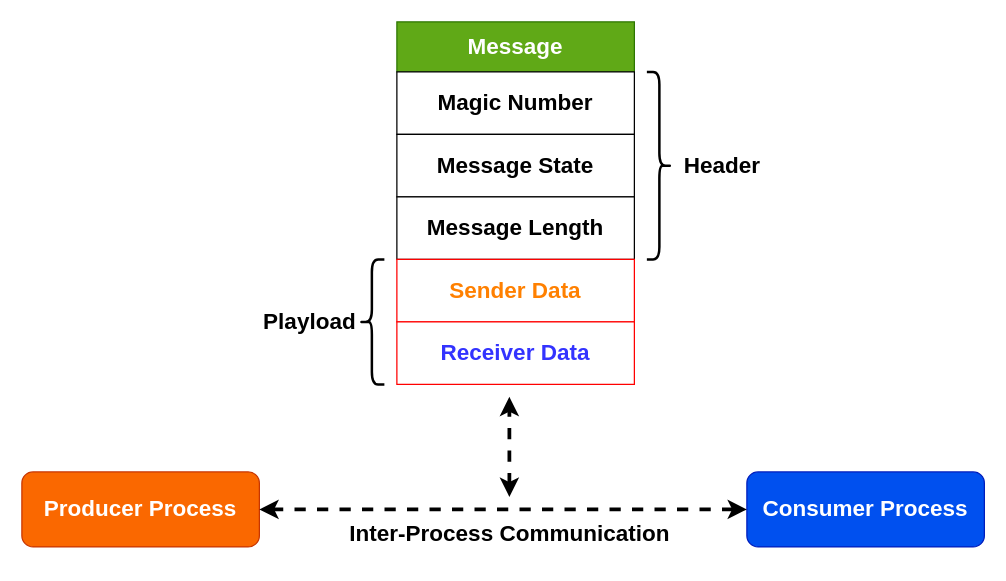
The draw.io diagram ipc-message.drawio in auula/draw.io, before the edit. Source tidied: cells renumbered, new cells numbered last; positions are measured from the earlier drawing's top-left corner, leaving out a move shared by most shapes. Both pictures are drawn from the tidied source at 125%, with x=0, y=0 at pixel (21, 21). Pictures stored in the file or linked from it are replaced by grey dashed boxes.
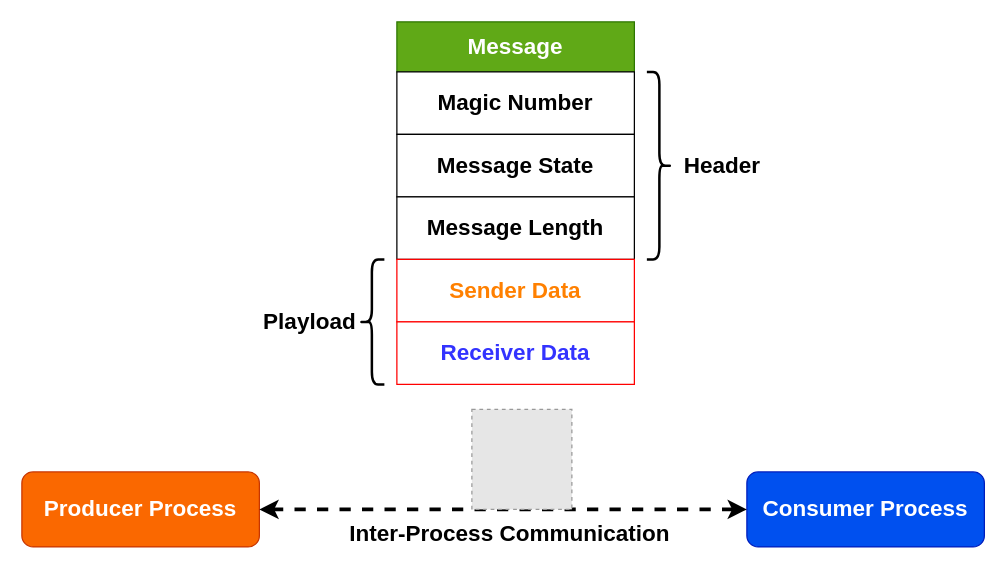
The same diagram, later.

Diff of the diagram source:
```diff
@@
 <mxGraphModel>
   <root>
     <mxCell id="0" />
     <mxCell id="1" parent="0" />
     <mxCell id="2" value="&lt;b&gt;&lt;font color=&quot;#ffffff&quot; style=&quot;font-size: 18px;&quot;&gt;Producer Process&lt;/font&gt;&lt;/b&gt;" style="rounded=1;whiteSpace=wrap;html=1;fillColor=#fa6800;fontColor=#000000;strokeColor=#C73500;" parent="1" vertex="1">
       <mxGeometry y="360" width="190" height="60" as="geometry" />
     </mxCell>
     <mxCell id="3" value="&lt;b&gt;&lt;font color=&quot;#ffffff&quot; style=&quot;font-size: 18px;&quot;&gt;Consumer Process&lt;/font&gt;&lt;/b&gt;" style="rounded=1;whiteSpace=wrap;html=1;fillColor=#0050ef;fontColor=#ffffff;strokeColor=#001DBC;" parent="1" vertex="1">
       <mxGeometry x="580" y="360" width="190" height="60" as="geometry" />
     </mxCell>
     <mxCell id="4" style="group;" parent="1" vertex="1">
       <mxGeometry x="180" width="420" height="290" as="geometry" />
     </mxCell>
     <mxCell id="5" value="&lt;b&gt;Message&lt;/b&gt;" style="rounded=0;whiteSpace=wrap;html=1;fontSize=18;fontColor=#ffffff;fillColor=#60a917;strokeColor=#2D7600;" parent="4" vertex="1">
       <mxGeometry x="120" width="190" height="40" as="geometry" />
     </mxCell>
     <mxCell id="6" value="&lt;b&gt;Magic Number&lt;/b&gt;" style="rounded=0;whiteSpace=wrap;html=1;fontSize=18;" parent="4" vertex="1">
       <mxGeometry x="120" y="40" width="190" height="50" as="geometry" />
     </mxCell>
     <mxCell id="7" value="&lt;b&gt;Message State&lt;/b&gt;" style="rounded=0;whiteSpace=wrap;html=1;fontSize=18;" parent="4" vertex="1">
       <mxGeometry x="120" y="90" width="190" height="50" as="geometry" />
     </mxCell>
     <mxCell id="8" value="&lt;b&gt;Message Length&lt;/b&gt;" style="rounded=0;whiteSpace=wrap;html=1;fontSize=18;" parent="4" vertex="1">
       <mxGeometry x="120" y="140" width="190" height="50" as="geometry" />
     </mxCell>
     <mxCell id="9" value="&lt;b&gt;&lt;font color=&quot;#ff8000&quot;&gt;Sender Data&lt;/font&gt;&lt;/b&gt;" style="rounded=0;whiteSpace=wrap;html=1;fontSize=18;strokeColor=#FF0000;" parent="4" vertex="1">
       <mxGeometry x="120" y="190" width="190" height="50" as="geometry" />
     </mxCell>
     <mxCell id="10" value="&lt;b&gt;&lt;font color=&quot;#3333ff&quot;&gt;Receiver Data&lt;/font&gt;&lt;/b&gt;" style="rounded=0;whiteSpace=wrap;html=1;fontSize=18;strokeColor=#FF0000;" parent="4" vertex="1">
       <mxGeometry x="120" y="240" width="190" height="50" as="geometry" />
     </mxCell>
     <mxCell id="11" style="shape=curlyBracket;whiteSpace=wrap;html=1;rounded=1;flipH=1;fontSize=18;fontColor=#000000;strokeColor=#000000;strokeWidth=2;" parent="4" vertex="1">
       <mxGeometry x="320" y="40" width="20" height="150" as="geometry" />
     </mxCell>
     <mxCell id="12" value="&lt;b&gt;Header&lt;/b&gt;" style="text;html=1;align=center;verticalAlign=middle;strokeColor=none;fillColor=none;fontSize=18;fontColor=#000000;" parent="4" vertex="1">
       <mxGeometry x="340" y="95" width="80" height="40" as="geometry" />
     </mxCell>
     <mxCell id="13" style="shape=curlyBracket;whiteSpace=wrap;html=1;rounded=1;fontSize=18;fontColor=#000000;strokeColor=#000000;strokeWidth=2;" parent="4" vertex="1">
       <mxGeometry x="90" y="190" width="20" height="100" as="geometry" />
     </mxCell>
     <mxCell id="14" value="&lt;b&gt;Playload&lt;/b&gt;" style="text;html=1;align=center;verticalAlign=middle;strokeColor=none;fillColor=none;fontSize=18;fontColor=#000000;" parent="4" vertex="1">
       <mxGeometry y="220" width="100" height="40" as="geometry" />
     </mxCell>
     <mxCell id="15" style="endArrow=classic;startArrow=classic;html=1;rounded=0;fontSize=18;fontColor=#3333FF;exitX=1;exitY=0.5;exitDx=0;exitDy=0;strokeWidth=3;dashed=1;" parent="1" edge="1" source="2">
       <mxGeometry relative="1" as="geometry">
         <mxPoint x="580" y="390" as="targetPoint" />
       </mxGeometry>
     </mxCell>
     <mxCell id="16" value="&lt;font color=&quot;#000000&quot;&gt;&lt;b&gt;Inter-Process Communication&lt;/b&gt;&lt;/font&gt;" style="text;html=1;align=center;verticalAlign=middle;strokeColor=none;fillColor=none;fontSize=18;fontColor=#3333FF;" parent="1" vertex="1">
       <mxGeometry x="250" y="390" width="280" height="40" as="geometry" />
     </mxCell>
-    <mxCell id="17" style="endArrow=classic;startArrow=classic;html=1;rounded=0;dashed=1;fontSize=18;fontColor=#000000;strokeWidth=3;" parent="1" edge="1">
-      <mxGeometry relative="1" as="geometry">
-        <mxPoint x="390" y="380" as="sourcePoint" />
-        <mxPoint x="390" y="300" as="targetPoint" />
-      </mxGeometry>
-    </mxCell>
+    <mxCell id="18" style="fillColor=#E6E6E6;strokeColor=#999999;dashed=1;html=1;verticalAlign=top;verticalLabelPosition=bottom;labelBackgroundColor=#ffffff;" parent="1" vertex="1">
+      <mxGeometry x="360" y="310" width="80" height="80" as="geometry" />
+    </mxCell>
   </root>
 </mxGraphModel>
```
